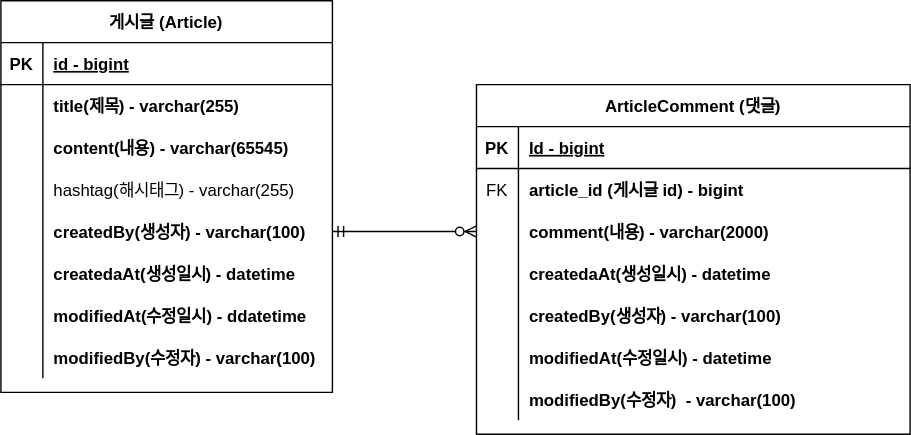
This is document/project-board-erd.svg from wk0012345/board, a draw.io export, as it was before one commit. Source tidied: cells renumbered, new cells last; positions are measured from the earlier drawing's top-left corner, leaving out a move shared by most shapes.
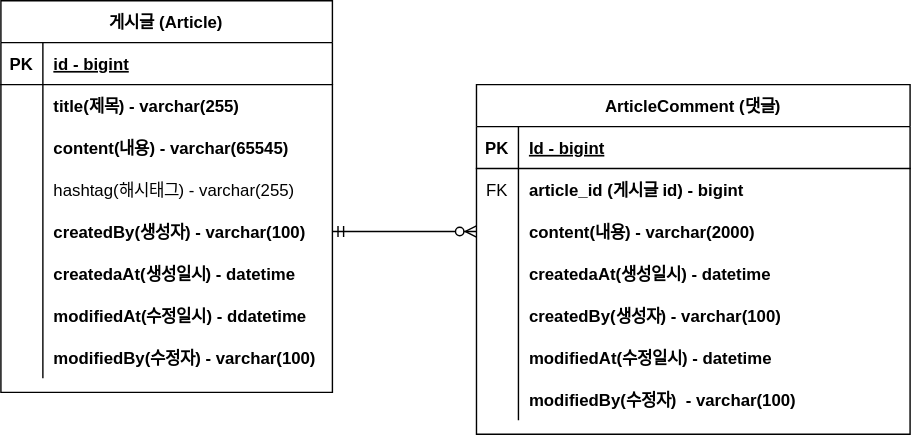
Above is the later version.

The edit, as a diff of the source:
```diff
@@ -104,7 +104,7 @@
     <mxCell id="35" style="shape=partialRectangle;fillColor=none;top=0;left=0;bottom=0;right=0;overflow=hidden;" parent="34" vertex="1">
       <mxGeometry width="30" height="30" as="geometry" />
     </mxCell>
-    <mxCell id="36" value="comment(내용) - varchar(2000)" style="shape=partialRectangle;fillColor=none;top=0;left=0;bottom=0;right=0;align=left;spacingLeft=6;overflow=hidden;fontStyle=1;" parent="34" vertex="1">
+    <mxCell id="36" value="content(내용) - varchar(2000)" style="shape=partialRectangle;fillColor=none;top=0;left=0;bottom=0;right=0;align=left;spacingLeft=6;overflow=hidden;fontStyle=1;" parent="34" vertex="1">
       <mxGeometry x="30" width="280" height="30" as="geometry" />
     </mxCell>
     <mxCell id="37" style="shape=tableRow;horizontal=0;startSize=0;swimlaneHead=0;swimlaneBody=0;fillColor=none;top=0;left=0;right=0;bottom=0;" parent="27" vertex="1">
```
